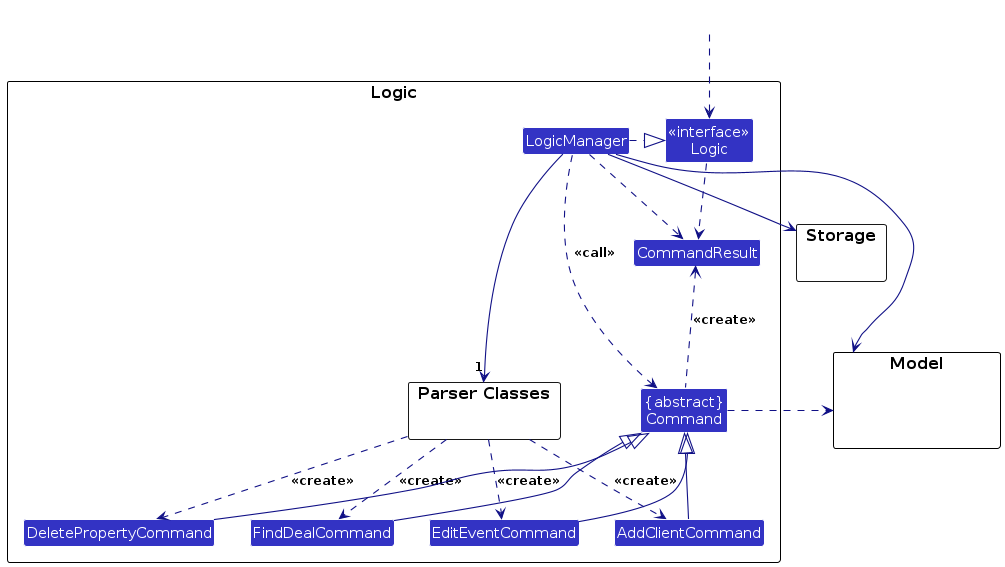
Above: diagrams/LogicClassDiagram.png in ryanlow64/tp (PlantUML), before the change. Its source is kept beside it as diagrams/LogicClassDiagram.puml.
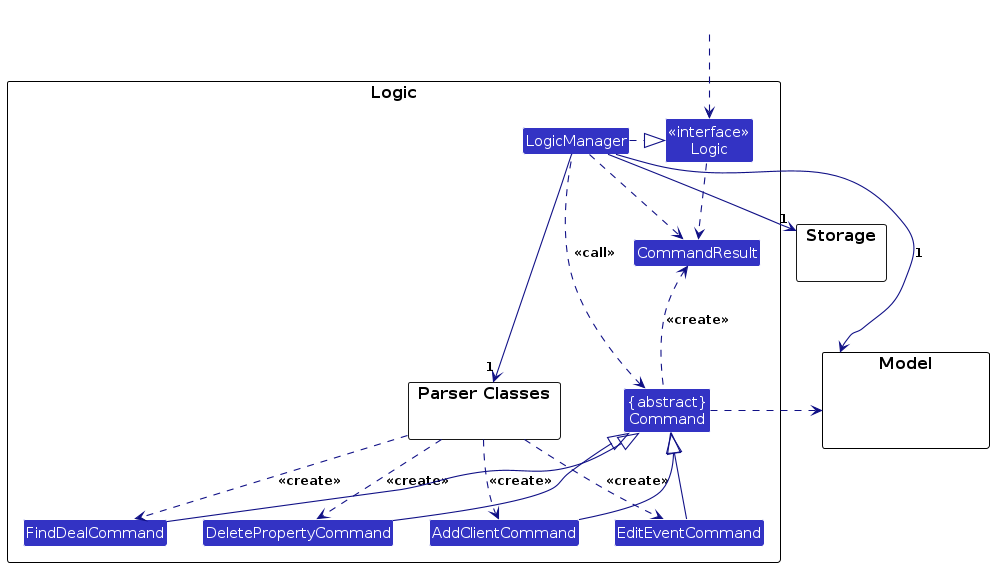
After the change.

What changed in the source:
```diff
@@ -42,10 +42,11 @@
 EditEventCommand -up-|> Command
 
 LogicManager .left.> Command : <<call>>
-LogicManager --> Storage
-LogicManager --> Model
+LogicManager -right->"1" Storage
+LogicManager -down->Model : 1
 
 Storage --[hidden] Model
+CommandResult --[hidden] Model
 Command .[hidden]up.> Storage
 Command .right.> Model
 
```
